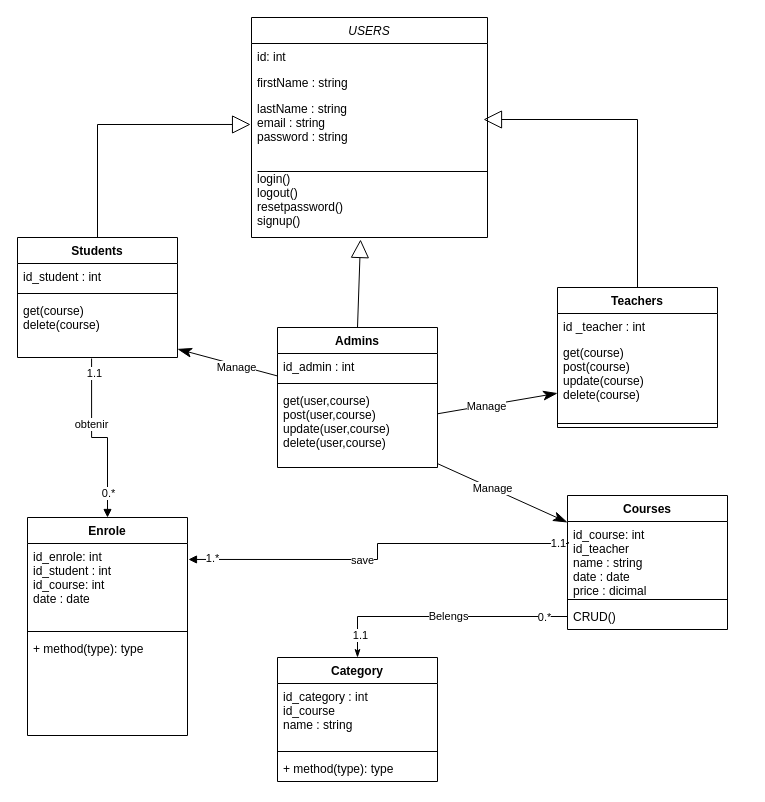
The draw.io diagram uml/classDiagram.drawio in Babylon-Youcode/E-learning-platforme, before the edit. Source tidied: cells renumbered, new cells numbered last; positions are measured from the earlier drawing's top-left corner, leaving out a move shared by most shapes. Both pictures are drawn from the tidied source at 100%, with x=0, y=0 at pixel (17, 17).
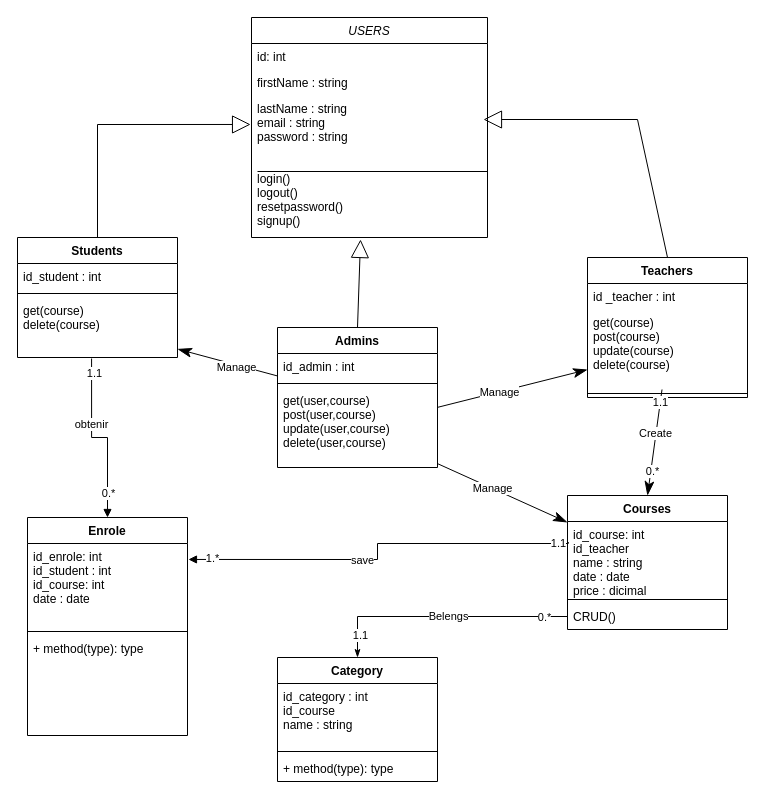
After the change.

Unchanged cells that the change refers to:
```xml
<mxCell id="17" value="get(course)&#10;post(course)&#10;update(course)&#10;delete(course)" style="text;strokeColor=none;fillColor=none;align=left;verticalAlign=top;spacingLeft=4;spacingRight=4;overflow=hidden;points=[[0,0.5],[1,0.5]];portConstraint=eastwest;" parent="15" vertex="1">
  <mxGeometry y="52" width="160" height="80" as="geometry" />
</mxCell>
<mxCell id="23" value="Courses" style="swimlane;fontStyle=1;align=center;verticalAlign=top;horizontal=1;startSize=26;" parent="1" vertex="1">
  <mxGeometry x="550" y="478" width="160" height="134" as="geometry" />
</mxCell>
```

Change to the diagram source:
```diff
@@
     <mxCell id="15" value="Teachers" style="swimlane;fontStyle=1;align=center;verticalAlign=top;horizontal=1;startSize=26;" parent="1" vertex="1">
-      <mxGeometry x="540" y="270" width="160" height="140" as="geometry" />
+      <mxGeometry x="570" y="240" width="160" height="140" as="geometry" />
     </mxCell>
@@
+    <mxCell id="52" style="endArrow=classicThin;endFill=1;endSize=12;html=1;entryX=0.5;entryY=0;entryDx=0;entryDy=0;" parent="1" edge="1" source="17" target="23">
+      <mxGeometry relative="1" as="geometry" />
+    </mxCell>
+    <mxCell id="53" value="Create" style="edgeLabel;html=1;align=center;verticalAlign=middle;" parent="52" vertex="1">
+      <mxGeometry x="-0.16" y="-1" relative="1" as="geometry">
+        <mxPoint y="-1" as="offset" />
+      </mxGeometry>
+    </mxCell>
+    <mxCell id="54" value="1.1" style="edgeLabel;html=1;align=center;verticalAlign=middle;" parent="52" vertex="1">
+      <mxGeometry x="-0.76" relative="1" as="geometry" />
+    </mxCell>
+    <mxCell id="55" value="0.*" style="edgeLabel;html=1;align=center;verticalAlign=middle;" parent="52" vertex="1">
+      <mxGeometry x="0.53" y="1" relative="1" as="geometry" />
+    </mxCell>
```
